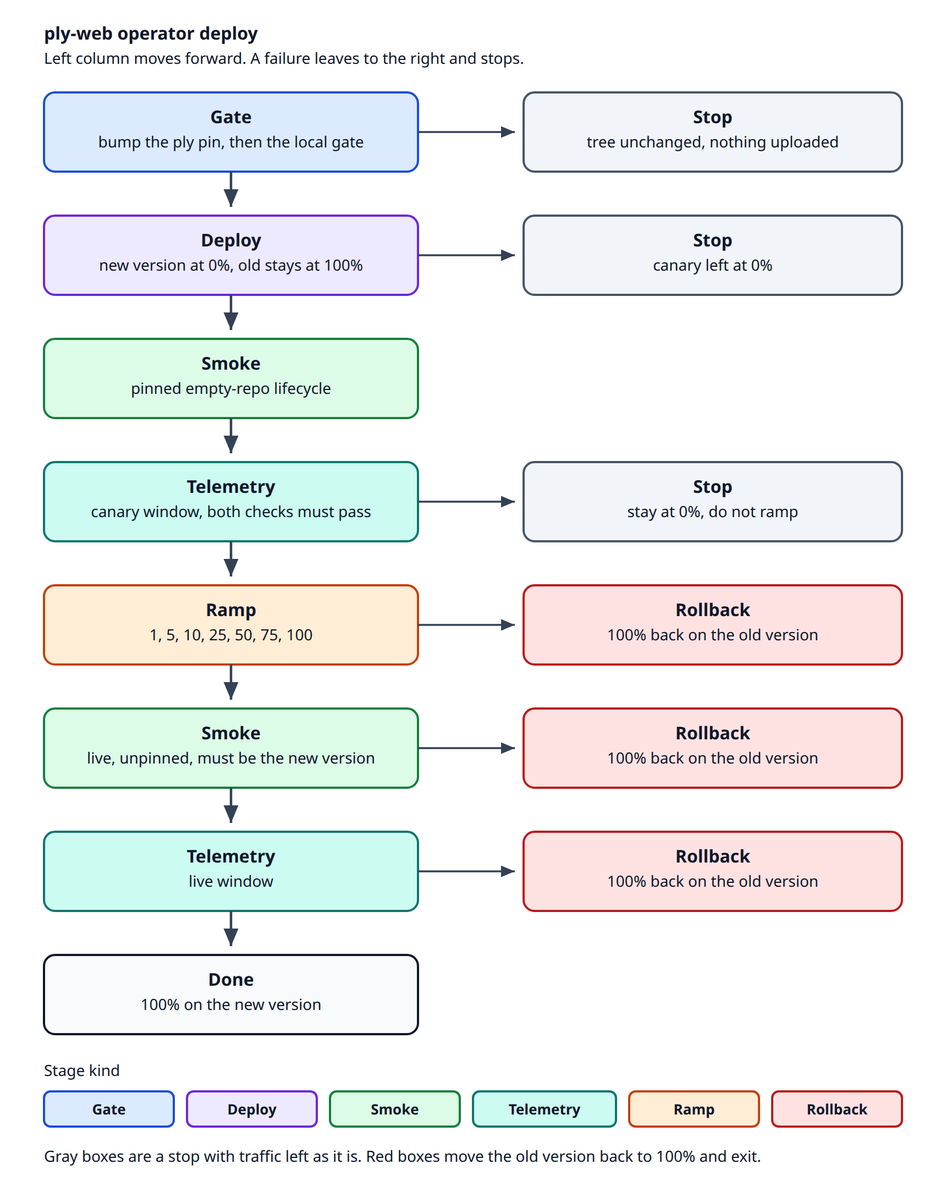
Earlier version of the Mermaid export docs/img/cd-pipeline.png (ivarvong/ply-web). Its source is kept beside it as docs/img/cd-pipeline.mmd.
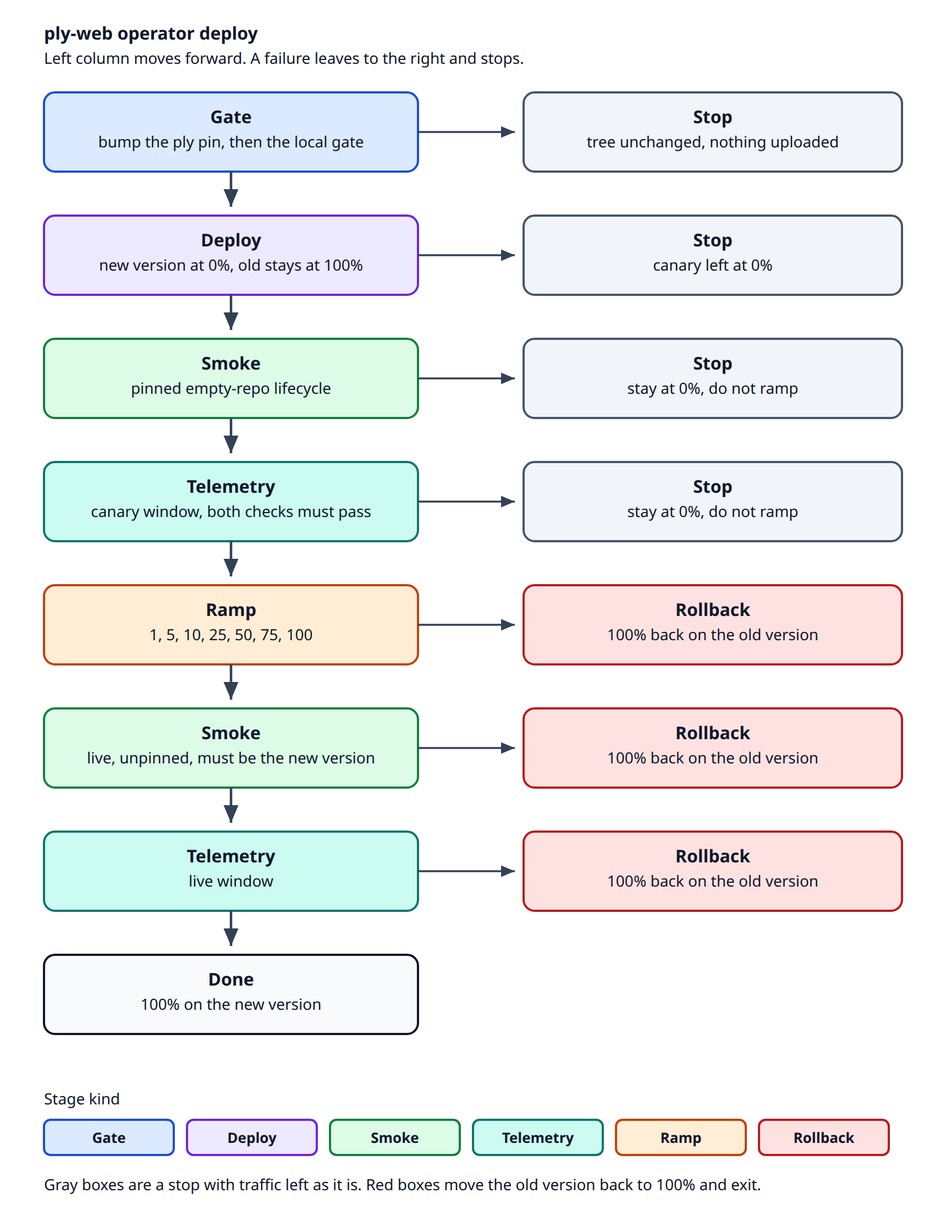
Later version of the same file.

Commit message:
Put a stop on the pinned smoke row and drop the GitHub deploy.

The edit, as a diff of the source:
```diff
@@ -1,19 +1,20 @@
-%%{init: {'theme': 'base', 'themeVariables': {'fontSize': '18px', 'fontFamily': 'ui-sans-serif, system-ui, sans-serif', 'lineColor': '#334155'}}}%%
+%%{init: {'theme': 'base', 'themeVariables': {'fontSize': '18px', 'fontFamily': 'ui-sans-serif, system-ui, sans-serif', 'lineColor': '#334155'}, 'flowchart': {'htmlLabels': false, 'nodeSpacing': 28, 'rankSpacing': 36, 'padding': 12, 'wrappingWidth': 280}}}%%
 flowchart TB
-  bump["Gate · bump"]:::gate ==> deploy["Deploy · version at 0%"]:::deploy
-  deploy ==> smoke["Smoke · pinned to the new version"]:::smoke
-  smoke ==> tel["Telemetry · canary window"]:::telemetry
-  tel ==> ramp["Ramp · 1% to 100%"]:::ramp
-  ramp ==> liveSmoke["Smoke · live, no pin"]:::smoke
+  bump["Gate · bump the ply pin, then the local gate"]:::gate ==> deploy["Deploy · new version at 0%, old stays at 100%"]:::deploy
+  deploy ==> smoke["Smoke · pinned empty-repo lifecycle"]:::smoke
+  smoke ==> tel["Telemetry · canary window, both checks must pass"]:::telemetry
+  tel ==> ramp["Ramp · 1, 5, 10, 25, 50, 75, 100"]:::ramp
+  ramp ==> liveSmoke["Smoke · live, unpinned, must be the new version"]:::smoke
   liveSmoke ==> liveTel["Telemetry · live window"]:::telemetry
   liveTel ==> done["Done · 100% on the new version"]:::done
 
-  bump --> stopBump["Stop · tree unchanged"]:::halt
-  deploy --> stopDeploy["Stop · still at 0%"]:::halt
-  tel --> stopTel["Stop · stay at 0%"]:::halt
-  ramp --> rollRamp["Rollback · 100% old"]:::rollback
-  liveSmoke --> rollSmoke["Rollback · 100% old"]:::rollback
-  liveTel --> rollTel["Rollback · 100% old"]:::rollback
+  bump --> stopBump["Stop · tree unchanged, nothing uploaded"]:::halt
+  deploy --> stopDeploy["Stop · canary left at 0%"]:::halt
+  smoke --> stopSmoke["Stop · stay at 0%, do not ramp"]:::halt
+  tel --> stopTel["Stop · stay at 0%, do not ramp"]:::halt
+  ramp --> rollRamp["Rollback · 100% back on the old version"]:::rollback
+  liveSmoke --> rollSmoke["Rollback · 100% back on the old version"]:::rollback
+  liveTel --> rollTel["Rollback · 100% back on the old version"]:::rollback
 
   classDef gate fill:#dbeafe,stroke:#1d4ed8,stroke-width:2px,color:#0f172a
   classDef deploy fill:#ede9fe,stroke:#6d28d9,stroke-width:2px,color:#0f172a
```
